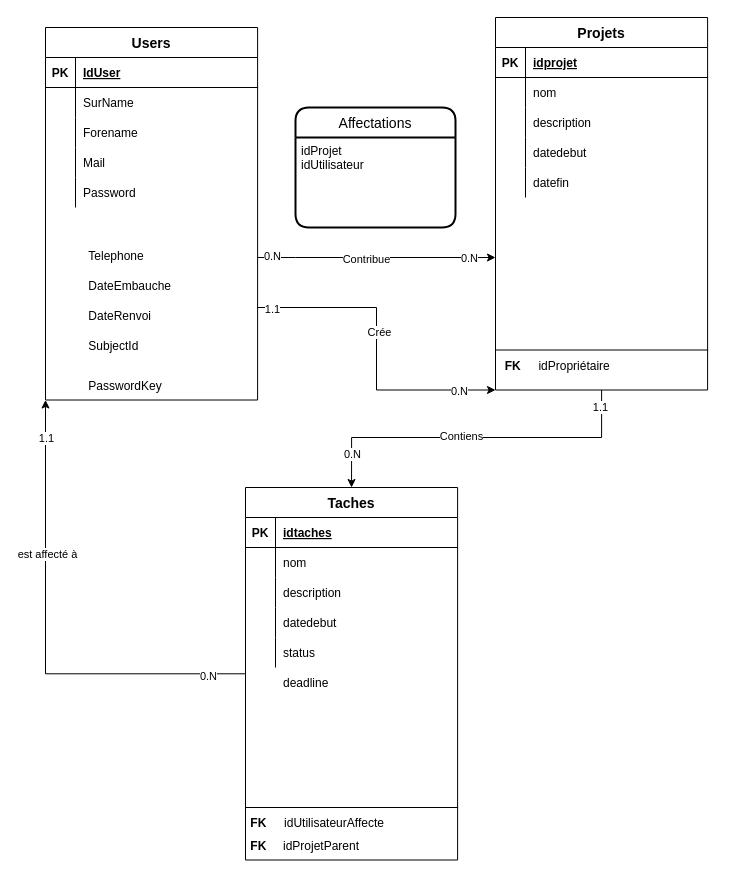
Above: page "MCD" (2 of 4) of Documentation technique.drawio in ThomasBDC/StudiScrum062022 (draw.io), before the change. Source tidied: cells renumbered, new cells numbered last; positions are measured from the earlier drawing's top-left corner, leaving out a move shared by most shapes. Both pictures are drawn from the tidied source at 100%, with x=0, y=0 at pixel (45, 17).
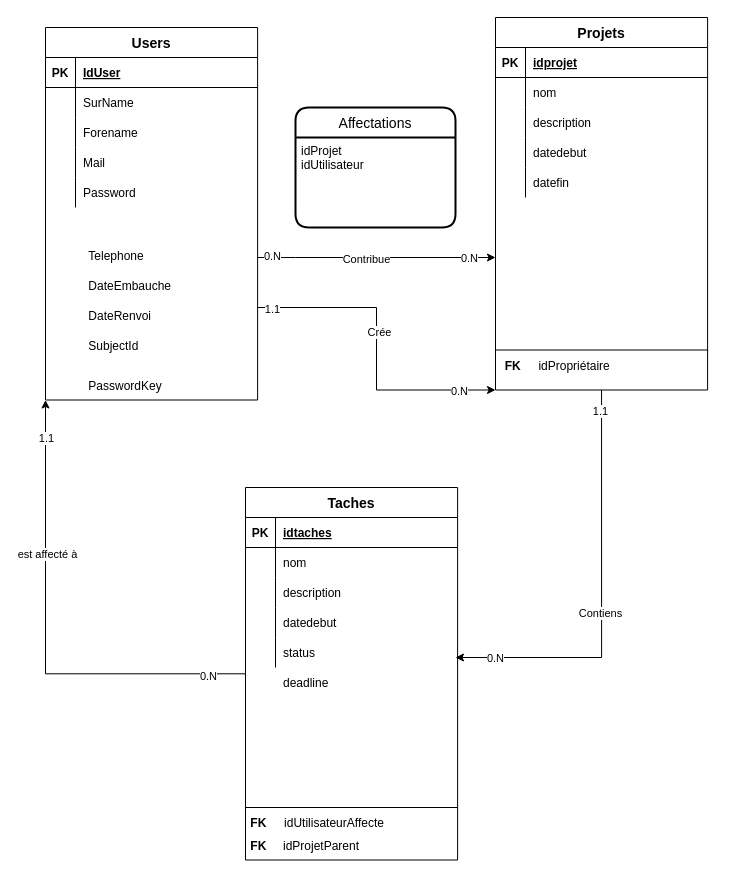
After the change.

The change refers to these unchanged cells:
```xml
<mxCell id="31" value="Projets" style="shape=table;startSize=30;childLayout=tableLayout;rowLines=0;fontStyle=1;align=center;fontSize=14;" parent="1" vertex="1">
  <mxGeometry x="450" width="212.1" height="372.5" as="geometry" />
</mxCell>
<mxCell id="51" value="Taches" style="shape=table;startSize=30;childLayout=tableLayout;rowLines=0;fontStyle=1;align=center;fontSize=14;" parent="1" vertex="1">
  <mxGeometry x="200" y="470" width="212.1" height="372.5" as="geometry" />
</mxCell>
```

Diff of the diagram source:
```diff
@@
-    <mxCell id="27" style="edgeStyle=orthogonalEdgeStyle;rounded=0;jettySize=auto;html=1;entryX=0.5;entryY=0;entryDx=0;entryDy=0;" parent="1" edge="1" source="31" target="51">
+    <mxCell id="27" style="edgeStyle=orthogonalEdgeStyle;rounded=0;jettySize=auto;html=1;exitX=0.5;exitY=1;exitDx=0;exitDy=0;" parent="1" edge="1" source="31">
       <mxGeometry relative="1" as="geometry">
+        <mxPoint x="410" y="640" as="targetPoint" />
         <Array as="points">
-          <mxPoint x="556" y="420" />
-          <mxPoint x="306" y="420" />
+          <mxPoint x="556" y="640" />
         </Array>
       </mxGeometry>
     </mxCell>
```
